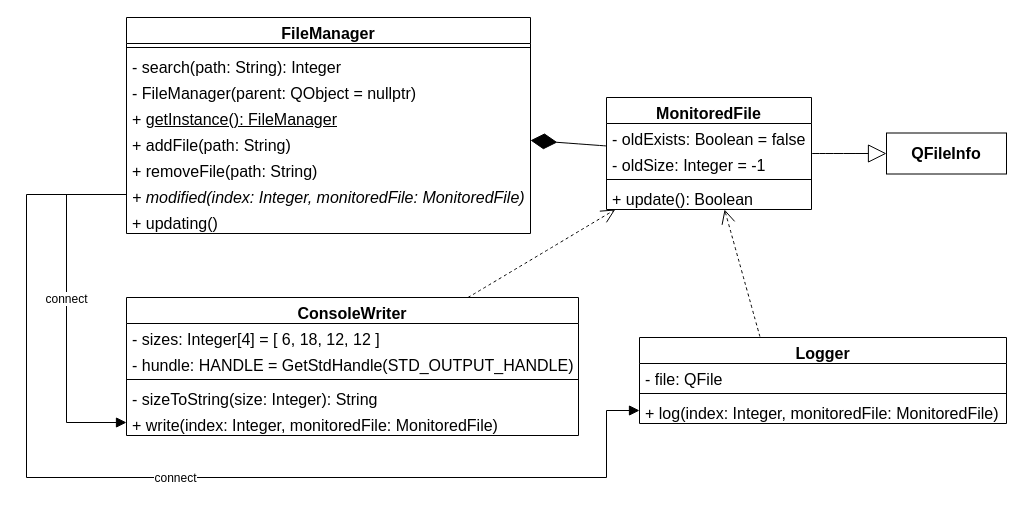
Earlier version of the draw.io diagram UML.drawio (Grox42/MicroGit). Source tidied: cells renumbered, new cells numbered last; positions are measured from the earlier drawing's top-left corner, leaving out a move shared by most shapes. Both pictures are drawn from the tidied source at 100%, with x=0, y=0 at pixel (26, 17).
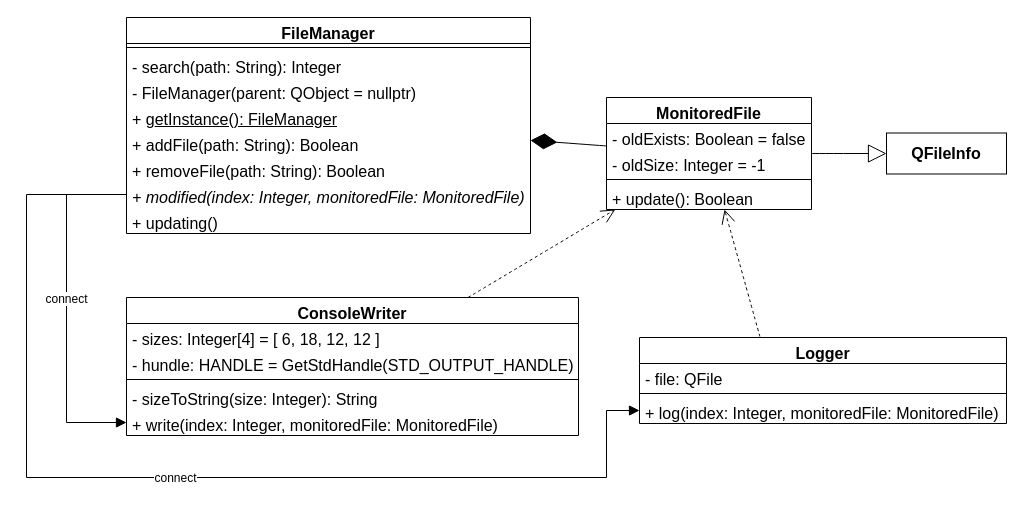
The same page after the edit.

Unchanged cells that the change refers to:
```xml
<mxCell id="9" value="&lt;span style=&quot;font-size: 16px;&quot;&gt;FileManager&lt;/span&gt;" style="swimlane;fontStyle=1;align=center;verticalAlign=top;horizontal=1;startSize=26;whiteSpace=wrap;html=1;" parent="1" vertex="1">
  <mxGeometry x="100" width="404" height="216" as="geometry" />
</mxCell>
```

What changed in the source:
```diff
@@
-    <mxCell id="14" value="&lt;font style=&quot;font-size: 16px;&quot;&gt;+ addFile(path: String)&lt;/font&gt;" style="text;strokeColor=none;fillColor=none;align=left;verticalAlign=top;spacingLeft=4;spacingRight=4;overflow=hidden;whiteSpace=wrap;html=1;" parent="9" vertex="1">
+    <mxCell id="14" value="&lt;font style=&quot;font-size: 16px;&quot;&gt;+ addFile(path: String): Boolean&lt;/font&gt;" style="text;strokeColor=none;fillColor=none;align=left;verticalAlign=top;spacingLeft=4;spacingRight=4;overflow=hidden;whiteSpace=wrap;html=1;" parent="9" vertex="1">
       <mxGeometry y="112" width="404" height="26" as="geometry" />
     </mxCell>
-    <mxCell id="15" value="&lt;font style=&quot;font-size: 16px;&quot;&gt;+ removeFile(path: String)&lt;/font&gt;" style="text;strokeColor=none;fillColor=none;align=left;verticalAlign=top;spacingLeft=4;spacingRight=4;overflow=hidden;whiteSpace=wrap;html=1;" parent="9" vertex="1">
+    <mxCell id="15" value="&lt;font style=&quot;font-size: 16px;&quot;&gt;+ removeFile(path: String): Boolean&lt;/font&gt;" style="text;strokeColor=none;fillColor=none;align=left;verticalAlign=top;spacingLeft=4;spacingRight=4;overflow=hidden;whiteSpace=wrap;html=1;" parent="9" vertex="1">
       <mxGeometry y="138" width="404" height="26" as="geometry" />
     </mxCell>
```
